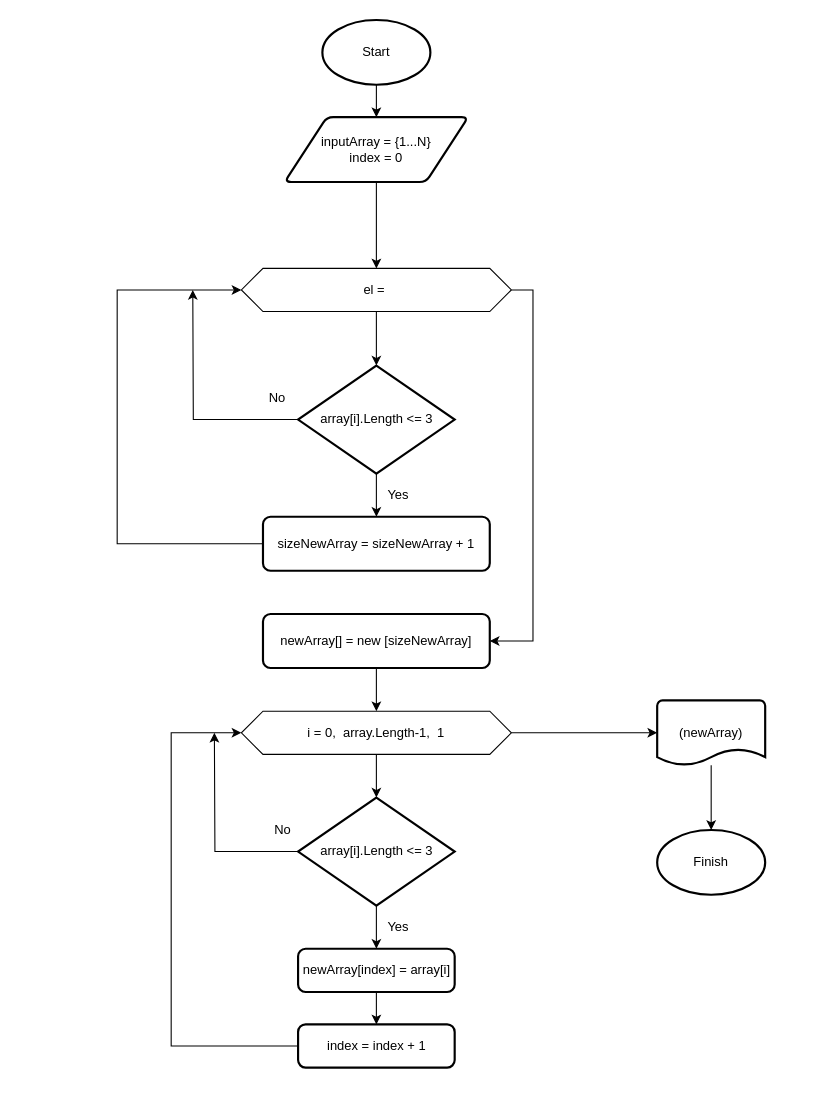
ybezukladnikov/Verification_Work keeps this draw.io diagram as Algorithm.drawio. Above is the earlier version. Source tidied: cells renumbered, new cells numbered last; positions are measured from the earlier drawing's top-left corner, leaving out a move shared by most shapes. Both pictures are drawn from the tidied source at 108%, with x=0, y=0 at pixel (117, 19).
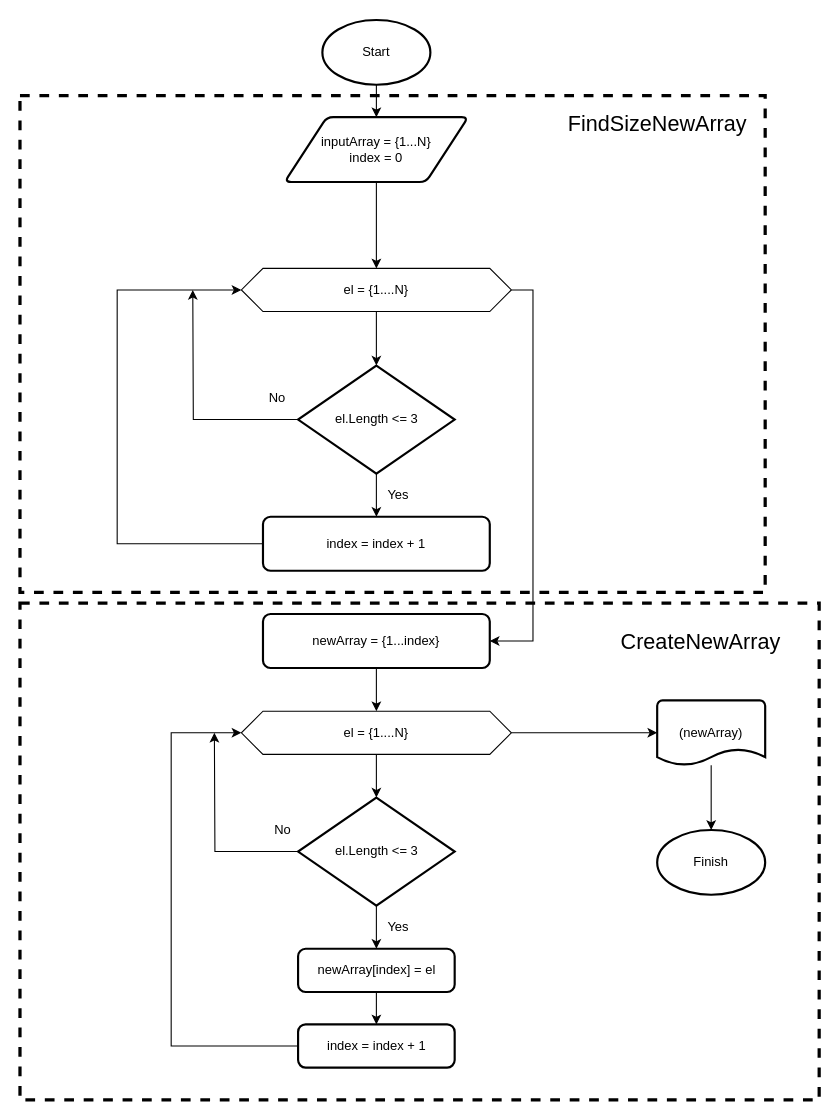
Above is the later version.

Commit message (it also covers changes not shown here):
Change algorithm ver 1.1

The edit, as a diff of the source:
```diff
@@
-    <mxCell id="8" value="el =&amp;nbsp;" style="shape=hexagon;perimeter=hexagonPerimeter2;whiteSpace=wrap;html=1;fixedSize=1;" parent="1" vertex="1">
+    <mxCell id="8" value="el = {1....N}" style="shape=hexagon;perimeter=hexagonPerimeter2;whiteSpace=wrap;html=1;fixedSize=1;" parent="1" vertex="1">
       <mxGeometry x="115" y="230" width="250" height="40" as="geometry" />
     </mxCell>
@@
-    <mxCell id="11" value="&lt;span style=&quot;&quot;&gt;array[i].Length &amp;lt;= 3&lt;/span&gt;" style="strokeWidth=2;html=1;shape=mxgraph.flowchart.decision;whiteSpace=wrap;" parent="1" vertex="1">
+    <mxCell id="11" value="&lt;span style=&quot;&quot;&gt;el.Length &amp;lt;= 3&lt;/span&gt;" style="strokeWidth=2;html=1;shape=mxgraph.flowchart.decision;whiteSpace=wrap;" parent="1" vertex="1">
       <mxGeometry x="167.5" y="320" width="145" height="100" as="geometry" />
     </mxCell>
@@
-    <mxCell id="13" value="&lt;span style=&quot;&quot;&gt;sizeNewArray =&amp;nbsp;&lt;/span&gt;sizeNewArray + 1" style="rounded=1;whiteSpace=wrap;html=1;absoluteArcSize=1;arcSize=14;strokeWidth=2;" parent="1" vertex="1">
+    <mxCell id="13" value="&lt;span style=&quot;&quot;&gt;index =&amp;nbsp;&lt;/span&gt;index&amp;nbsp;+ 1" style="rounded=1;whiteSpace=wrap;html=1;absoluteArcSize=1;arcSize=14;strokeWidth=2;" parent="1" vertex="1">
       <mxGeometry x="135" y="460" width="210" height="50" as="geometry" />
     </mxCell>
@@
-    <mxCell id="16" value="&lt;span style=&quot;&quot;&gt;newArray[] = new [&lt;/span&gt;sizeNewArray&lt;span style=&quot;&quot;&gt;]&lt;/span&gt;" style="rounded=1;whiteSpace=wrap;html=1;absoluteArcSize=1;arcSize=14;strokeWidth=2;" parent="1" vertex="1">
+    <mxCell id="16" value="&lt;span style=&quot;&quot;&gt;newArray = {1...index}&lt;/span&gt;" style="rounded=1;whiteSpace=wrap;html=1;absoluteArcSize=1;arcSize=14;strokeWidth=2;" parent="1" vertex="1">
       <mxGeometry x="135" y="550" width="210" height="50" as="geometry" />
     </mxCell>
@@
-    <mxCell id="20" value="i = 0,&amp;nbsp; array.Length-1,&amp;nbsp; 1" style="shape=hexagon;perimeter=hexagonPerimeter2;whiteSpace=wrap;html=1;fixedSize=1;" parent="1" vertex="1">
+    <mxCell id="20" value="el = {1....N}" style="shape=hexagon;perimeter=hexagonPerimeter2;whiteSpace=wrap;html=1;fixedSize=1;" parent="1" vertex="1">
       <mxGeometry x="115" y="640" width="250" height="40" as="geometry" />
     </mxCell>
@@
-    <mxCell id="23" value="&lt;span style=&quot;&quot;&gt;array[i].Length &amp;lt;= 3&lt;/span&gt;" style="strokeWidth=2;html=1;shape=mxgraph.flowchart.decision;whiteSpace=wrap;" parent="1" vertex="1">
+    <mxCell id="23" value="el.Length &amp;lt;= 3" style="strokeWidth=2;html=1;shape=mxgraph.flowchart.decision;whiteSpace=wrap;" parent="1" vertex="1">
       <mxGeometry x="167.5" y="720" width="145" height="100" as="geometry" />
     </mxCell>
@@
-    <mxCell id="25" value="&lt;span style=&quot;&quot;&gt;newArray[index] = array[i]&lt;/span&gt;" style="rounded=1;whiteSpace=wrap;html=1;absoluteArcSize=1;arcSize=14;strokeWidth=2;" parent="1" vertex="1">
+    <mxCell id="25" value="&lt;span style=&quot;&quot;&gt;newArray[index] = el&lt;/span&gt;" style="rounded=1;whiteSpace=wrap;html=1;absoluteArcSize=1;arcSize=14;strokeWidth=2;" parent="1" vertex="1">
       <mxGeometry x="167.5" y="860" width="145" height="40" as="geometry" />
     </mxCell>
@@
+    <mxCell id="33" style="rounded=0;whiteSpace=wrap;html=1;dashed=1;fillColor=none;strokeWidth=3;" parent="1" vertex="1">
+      <mxGeometry x="-90" y="70" width="690" height="460" as="geometry" />
+    </mxCell>
+    <mxCell id="34" style="rounded=0;whiteSpace=wrap;html=1;dashed=1;fillColor=none;strokeWidth=3;" parent="1" vertex="1">
+      <mxGeometry x="-90" y="540" width="740" height="460" as="geometry" />
+    </mxCell>
+    <mxCell id="35" value="FindSizeNewArray" style="text;html=1;align=center;verticalAlign=middle;fillColor=none;strokeColor=none;rounded=0;dashed=1;fontSize=20;" parent="1" vertex="1">
+      <mxGeometry x="410" y="80" width="180" height="30" as="geometry" />
+    </mxCell>
+    <mxCell id="36" value="CreateNewArray" style="text;html=1;align=center;verticalAlign=middle;fillColor=none;strokeColor=none;rounded=0;dashed=1;fontSize=20;" parent="1" vertex="1">
+      <mxGeometry x="460" y="560" width="160" height="30" as="geometry" />
+    </mxCell>
```
